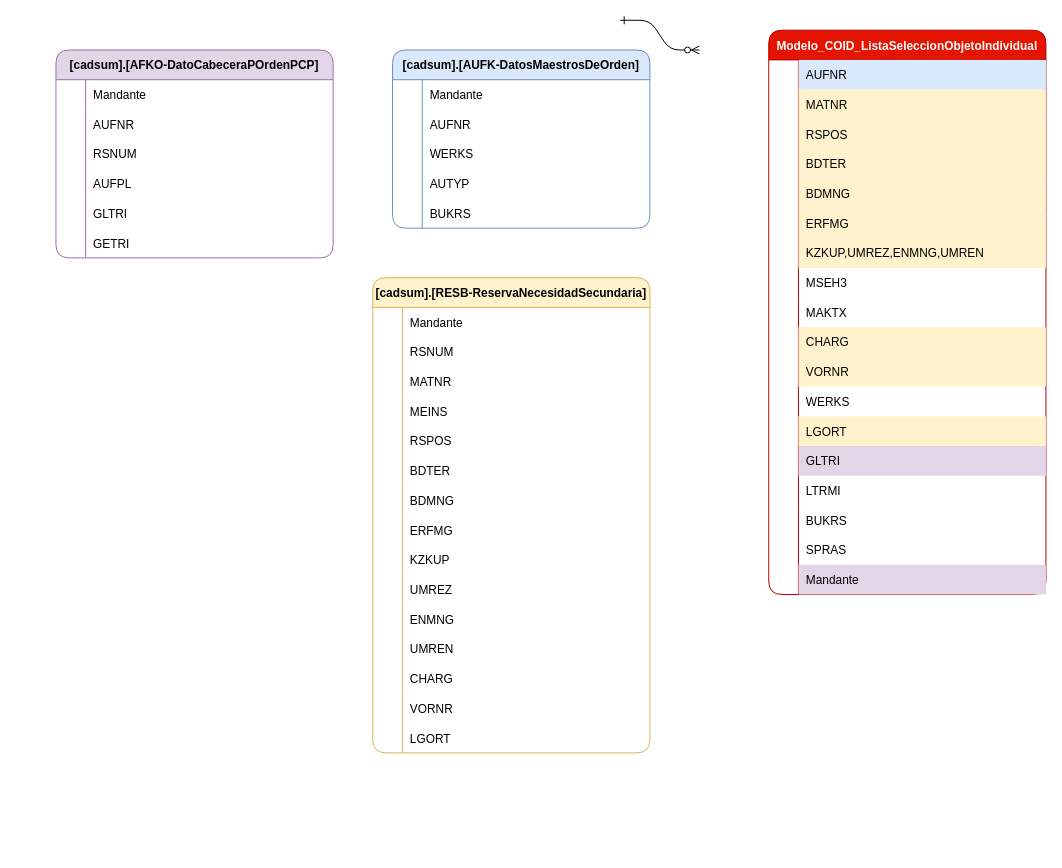
The draw.io diagram ER_COID_1.drawio in ale230131/ale230131, before the edit. Source tidied: cells renumbered, new cells numbered last; positions are measured from the earlier drawing's top-left corner, leaving out a move shared by most shapes. Both pictures are drawn from the tidied source at 99%, with x=0, y=0 at pixel (55, 20).
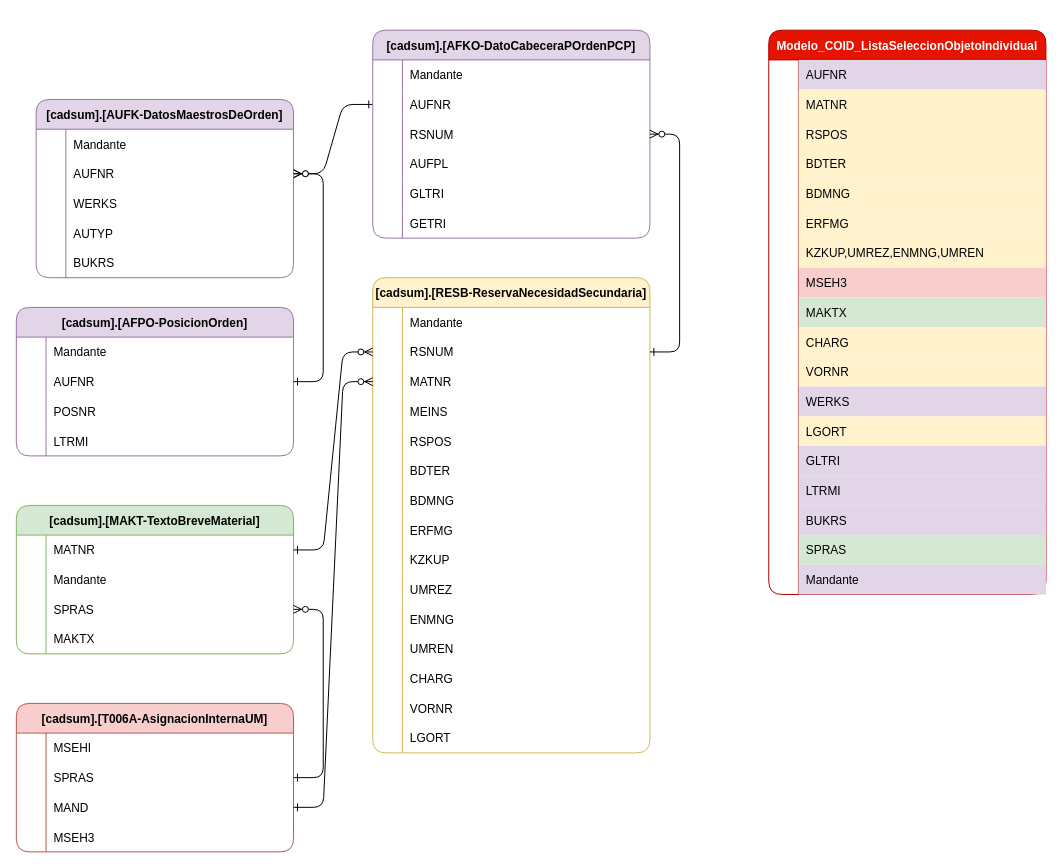
The same page after the edit.

The change refers to these unchanged cells:
```xml
<mxCell id="4" style="shape=tableRow;horizontal=0;startSize=0;swimlaneHead=0;swimlaneBody=0;fillColor=none;strokeColor=inherit;top=0;left=0;right=0;bottom=0;" parent="3" vertex="1">
  <mxGeometry y="30" width="280" height="30" as="geometry" />
</mxCell>
<mxCell id="25" style="shape=tableRow;horizontal=0;startSize=0;swimlaneHead=0;swimlaneBody=0;fillColor=none;strokeColor=inherit;top=0;left=0;right=0;bottom=0;" parent="3" vertex="1">
  <mxGeometry y="240" width="280" height="30" as="geometry" />
</mxCell>
<mxCell id="28" style="shape=tableRow;horizontal=0;startSize=0;swimlaneHead=0;swimlaneBody=0;fillColor=none;strokeColor=inherit;top=0;left=0;right=0;bottom=0;" parent="3" vertex="1">
  <mxGeometry y="270" width="280" height="30" as="geometry" />
</mxCell>
<mxCell id="37" style="shape=tableRow;horizontal=0;startSize=0;swimlaneHead=0;swimlaneBody=0;fillColor=none;strokeColor=inherit;top=0;left=0;right=0;bottom=0;" parent="3" vertex="1">
  <mxGeometry y="360" width="280" height="30" as="geometry" />
</mxCell>
<mxCell id="46" style="shape=tableRow;horizontal=0;startSize=0;swimlaneHead=0;swimlaneBody=0;fillColor=none;strokeColor=inherit;top=0;left=0;right=0;bottom=0;" parent="3" vertex="1">
  <mxGeometry y="450" width="280" height="30" as="geometry" />
</mxCell>
<mxCell id="49" style="shape=tableRow;horizontal=0;startSize=0;swimlaneHead=0;swimlaneBody=0;fillColor=none;strokeColor=inherit;top=0;left=0;right=0;bottom=0;" parent="3" vertex="1">
  <mxGeometry y="480" width="280" height="30" as="geometry" />
</mxCell>
<mxCell id="52" style="shape=tableRow;horizontal=0;startSize=0;swimlaneHead=0;swimlaneBody=0;fillColor=none;strokeColor=inherit;top=0;left=0;right=0;bottom=0;" parent="3" vertex="1">
  <mxGeometry y="510" width="280" height="30" as="geometry" />
</mxCell>
<mxCell id="62" style="shape=tableRow;horizontal=0;startSize=0;swimlaneHead=0;swimlaneBody=0;fillColor=none;points=[[0,0.5],[1,0.5]];portConstraint=eastwest;strokeColor=inherit;top=0;left=0;right=0;bottom=0;" parent="58" vertex="1">
  <mxGeometry y="60" width="260" height="30" as="geometry" />
</mxCell>
<mxCell id="78" style="shape=tableRow;horizontal=0;startSize=0;swimlaneHead=0;swimlaneBody=0;fillColor=none;points=[[0,0.5],[1,0.5]];portConstraint=eastwest;strokeColor=inherit;top=0;left=0;right=0;bottom=0;" parent="74" vertex="1">
  <mxGeometry y="60" width="280" height="30" as="geometry" />
</mxCell>
<mxCell id="81" style="shape=tableRow;horizontal=0;startSize=0;swimlaneHead=0;swimlaneBody=0;fillColor=none;points=[[0,0.5],[1,0.5]];portConstraint=eastwest;strokeColor=inherit;top=0;left=0;right=0;bottom=0;" parent="74" vertex="1">
  <mxGeometry y="90" width="280" height="30" as="geometry" />
</mxCell>
<mxCell id="124" style="shape=tableRow;horizontal=0;startSize=0;swimlaneHead=0;swimlaneBody=0;fillColor=none;points=[[0,0.5],[1,0.5]];portConstraint=eastwest;strokeColor=inherit;top=0;left=0;right=0;bottom=0;" parent="120" vertex="1">
  <mxGeometry y="60" width="280" height="30" as="geometry" />
</mxCell>
<mxCell id="127" style="shape=tableRow;horizontal=0;startSize=0;swimlaneHead=0;swimlaneBody=0;fillColor=none;points=[[0,0.5],[1,0.5]];portConstraint=eastwest;strokeColor=inherit;top=0;left=0;right=0;bottom=0;" parent="120" vertex="1">
  <mxGeometry y="90" width="280" height="30" as="geometry" />
</mxCell>
```

The edit, as a diff of the source:
```diff
@@
-    <mxCell id="2" style="edgeStyle=entityRelationEdgeStyle;endArrow=ERzeroToMany;startArrow=ERone;endFill=1;startFill=0;" parent="1" edge="1">
-      <mxGeometry relative="1" as="geometry">
-        <mxPoint x="570" as="sourcePoint" />
-        <mxPoint x="650" y="30" as="targetPoint" />
-      </mxGeometry>
+    <mxCell id="2" style="edgeStyle=entityRelationEdgeStyle;endArrow=ERzeroToMany;startArrow=ERone;endFill=1;startFill=0;exitX=0;exitY=0.5;exitDx=0;exitDy=0;entryX=1;entryY=0.5;entryDx=0;entryDy=0;" parent="1" edge="1" source="124" target="62">
+      <mxGeometry relative="1" as="geometry" />
     </mxCell>
@@
-    <mxCell id="6" value="AUFNR" style="shape=partialRectangle;overflow=hidden;fillColor=#dae8fc;align=left;strokeColor=#6c8ebf;top=0;left=0;bottom=0;right=0;spacingLeft=6;" parent="4" vertex="1">
+    <mxCell id="6" value="AUFNR" style="shape=partialRectangle;overflow=hidden;fillColor=#e1d5e7;align=left;strokeColor=#9673a6;top=0;left=0;bottom=0;right=0;spacingLeft=6;" parent="4" vertex="1">
       <mxGeometry x="30" width="250" height="30" as="geometry" />
     </mxCell>
@@
-    <mxCell id="27" value="MSEH3" style="shape=partialRectangle;overflow=hidden;fillColor=none;align=left;strokeColor=inherit;top=0;left=0;bottom=0;right=0;spacingLeft=6;" parent="25" vertex="1">
+    <mxCell id="27" value="MSEH3" style="shape=partialRectangle;overflow=hidden;fillColor=#f8cecc;align=left;strokeColor=#b85450;top=0;left=0;bottom=0;right=0;spacingLeft=6;" parent="25" vertex="1">
       <mxGeometry x="30" width="250" height="30" as="geometry" />
     </mxCell>
@@
-    <mxCell id="30" value="MAKTX" style="shape=partialRectangle;overflow=hidden;fillColor=none;align=left;strokeColor=inherit;top=0;left=0;bottom=0;right=0;spacingLeft=6;" parent="28" vertex="1">
+    <mxCell id="30" value="MAKTX" style="shape=partialRectangle;overflow=hidden;fillColor=#d5e8d4;align=left;strokeColor=#82b366;top=0;left=0;bottom=0;right=0;spacingLeft=6;" parent="28" vertex="1">
       <mxGeometry x="30" width="250" height="30" as="geometry" />
     </mxCell>
@@
-    <mxCell id="39" value="WERKS" style="shape=partialRectangle;overflow=hidden;fillColor=none;align=left;strokeColor=inherit;top=0;left=0;bottom=0;right=0;spacingLeft=6;" parent="37" vertex="1">
+    <mxCell id="39" value="WERKS" style="shape=partialRectangle;overflow=hidden;fillColor=#e1d5e7;align=left;strokeColor=#9673a6;top=0;left=0;bottom=0;right=0;spacingLeft=6;" parent="37" vertex="1">
       <mxGeometry x="30" width="250" height="30" as="geometry" />
     </mxCell>
@@
-    <mxCell id="48" value="LTRMI" style="shape=partialRectangle;overflow=hidden;fillColor=none;align=left;strokeColor=inherit;top=0;left=0;bottom=0;right=0;spacingLeft=6;" parent="46" vertex="1">
+    <mxCell id="48" value="LTRMI" style="shape=partialRectangle;overflow=hidden;fillColor=#e1d5e7;align=left;strokeColor=#9673a6;top=0;left=0;bottom=0;right=0;spacingLeft=6;" parent="46" vertex="1">
       <mxGeometry x="30" width="250" height="30" as="geometry" />
     </mxCell>
@@
-    <mxCell id="51" value="BUKRS" style="shape=partialRectangle;overflow=hidden;fillColor=none;align=left;strokeColor=inherit;top=0;left=0;bottom=0;right=0;spacingLeft=6;" parent="49" vertex="1">
+    <mxCell id="51" value="BUKRS" style="shape=partialRectangle;overflow=hidden;fillColor=#e1d5e7;align=left;strokeColor=#9673a6;top=0;left=0;bottom=0;right=0;spacingLeft=6;" parent="49" vertex="1">
       <mxGeometry x="30" width="250" height="30" as="geometry" />
     </mxCell>
@@
-    <mxCell id="54" value="SPRAS" style="shape=partialRectangle;overflow=hidden;fillColor=none;align=left;strokeColor=inherit;top=0;left=0;bottom=0;right=0;spacingLeft=6;" parent="52" vertex="1">
+    <mxCell id="54" value="SPRAS" style="shape=partialRectangle;overflow=hidden;fillColor=#d5e8d4;align=left;strokeColor=#82b366;top=0;left=0;bottom=0;right=0;spacingLeft=6;" parent="52" vertex="1">
       <mxGeometry x="30" width="250" height="30" as="geometry" />
     </mxCell>
@@
-    <mxCell id="58" value="[cadsum].[AUFK-DatosMaestrosDeOrden]" style="shape=table;startSize=30;childLayout=tableLayout;rowLines=0;fontStyle=1;align=center;rounded=1;fillColor=#dae8fc;strokeColor=#6c8ebf;" parent="1" vertex="1">
-      <mxGeometry x="340" y="30" width="260" height="180" as="geometry" />
+    <mxCell id="58" value="[cadsum].[AUFK-DatosMaestrosDeOrden]" style="shape=table;startSize=30;childLayout=tableLayout;rowLines=0;fontStyle=1;align=center;rounded=1;fillColor=#e1d5e7;strokeColor=#9673a6;" parent="1" vertex="1">
+      <mxGeometry x="-20" y="80" width="260" height="180" as="geometry" />
     </mxCell>
@@
     <mxCell id="120" value="[cadsum].[AFKO-DatoCabeceraPOrdenPCP]" style="shape=table;startSize=30;childLayout=tableLayout;rowLines=0;fontStyle=1;align=center;rounded=1;fillColor=#e1d5e7;strokeColor=#9673a6;" parent="1" vertex="1">
-      <mxGeometry y="30" width="280" height="210" as="geometry" />
+      <mxGeometry x="320" y="10" width="280" height="210" as="geometry" />
     </mxCell>
@@
+    <mxCell id="139" value="[cadsum].[AFPO-PosicionOrden]" style="shape=table;startSize=30;childLayout=tableLayout;rowLines=0;fontStyle=1;align=center;rounded=1;fillColor=#e1d5e7;strokeColor=#9673a6;" parent="1" vertex="1">
+      <mxGeometry x="-40" y="290" width="280" height="150" as="geometry" />
+    </mxCell>
+    <mxCell id="140" style="shape=tableRow;horizontal=0;startSize=0;swimlaneHead=0;swimlaneBody=0;fillColor=none;strokeColor=inherit;top=0;left=0;right=0;bottom=0;" parent="139" vertex="1">
+      <mxGeometry y="30" width="280" height="30" as="geometry" />
+    </mxCell>
+    <mxCell id="141" style="shape=partialRectangle;overflow=hidden;fillColor=none;strokeColor=inherit;top=0;left=0;bottom=0;right=0;" parent="140" vertex="1">
+      <mxGeometry width="30" height="30" as="geometry" />
+    </mxCell>
+    <mxCell id="142" value="Mandante" style="shape=partialRectangle;overflow=hidden;fillColor=none;align=left;strokeColor=inherit;top=0;left=0;bottom=0;right=0;spacingLeft=6;" parent="140" vertex="1">
+      <mxGeometry x="30" width="250" height="30" as="geometry" />
+    </mxCell>
+    <mxCell id="143" style="shape=tableRow;horizontal=0;startSize=0;swimlaneHead=0;swimlaneBody=0;fillColor=none;points=[[0,0.5],[1,0.5]];portConstraint=eastwest;strokeColor=inherit;top=0;left=0;right=0;bottom=0;" parent="139" vertex="1">
+      <mxGeometry y="60" width="280" height="30" as="geometry" />
+    </mxCell>
+    <mxCell id="144" style="shape=partialRectangle;overflow=hidden;fillColor=none;strokeColor=inherit;top=0;left=0;bottom=0;right=0;" parent="143" vertex="1">
+      <mxGeometry width="30" height="30" as="geometry" />
+    </mxCell>
+    <mxCell id="145" value="AUFNR" style="shape=partialRectangle;overflow=hidden;fillColor=none;align=left;strokeColor=inherit;top=0;left=0;bottom=0;right=0;spacingLeft=6;" parent="143" vertex="1">
+      <mxGeometry x="30" width="250" height="30" as="geometry" />
+    </mxCell>
+    <mxCell id="146" style="shape=tableRow;horizontal=0;startSize=0;swimlaneHead=0;swimlaneBody=0;fillColor=none;strokeColor=inherit;top=0;left=0;right=0;bottom=0;" parent="139" vertex="1">
+      <mxGeometry y="90" width="280" height="30" as="geometry" />
+    </mxCell>
+    <mxCell id="147" style="shape=partialRectangle;overflow=hidden;fillColor=none;strokeColor=inherit;top=0;left=0;bottom=0;right=0;" parent="146" vertex="1">
+      <mxGeometry width="30" height="30" as="geometry" />
+    </mxCell>
+    <mxCell id="148" value="POSNR" style="shape=partialRectangle;overflow=hidden;fillColor=none;align=left;strokeColor=inherit;top=0;left=0;bottom=0;right=0;spacingLeft=6;" parent="146" vertex="1">
+      <mxGeometry x="30" width="250" height="30" as="geometry" />
+    </mxCell>
+    <mxCell id="149" style="shape=tableRow;horizontal=0;startSize=0;swimlaneHead=0;swimlaneBody=0;fillColor=none;strokeColor=inherit;top=0;left=0;right=0;bottom=0;" parent="139" vertex="1">
+      <mxGeometry y="120" width="280" height="30" as="geometry" />
+    </mxCell>
+    <mxCell id="150" style="shape=partialRectangle;overflow=hidden;fillColor=none;strokeColor=inherit;top=0;left=0;bottom=0;right=0;" parent="149" vertex="1">
+      <mxGeometry width="30" height="30" as="geometry" />
+    </mxCell>
+    <mxCell id="151" value="LTRMI" style="shape=partialRectangle;overflow=hidden;fillColor=none;align=left;strokeColor=inherit;top=0;left=0;bottom=0;right=0;spacingLeft=6;" parent="149" vertex="1">
+      <mxGeometry x="30" width="250" height="30" as="geometry" />
+    </mxCell>
+    <mxCell id="152" style="edgeStyle=entityRelationEdgeStyle;endArrow=ERzeroToMany;startArrow=ERone;endFill=1;startFill=0;exitX=1;exitY=0.5;exitDx=0;exitDy=0;entryX=1;entryY=0.5;entryDx=0;entryDy=0;" parent="1" edge="1" source="143" target="62">
+      <mxGeometry relative="1" as="geometry" />
+    </mxCell>
+    <mxCell id="153" value="[cadsum].[MAKT-TextoBreveMaterial]" style="shape=table;startSize=30;childLayout=tableLayout;rowLines=0;fontStyle=1;align=center;rounded=1;fillColor=#d5e8d4;strokeColor=#82b366;" parent="1" vertex="1">
+      <mxGeometry x="-40" y="490" width="280" height="150" as="geometry" />
+    </mxCell>
+    <mxCell id="154" style="shape=tableRow;horizontal=0;startSize=0;swimlaneHead=0;swimlaneBody=0;fillColor=none;points=[[0,0.5],[1,0.5]];portConstraint=eastwest;strokeColor=inherit;top=0;left=0;right=0;bottom=0;rounded=1;" parent="153" vertex="1">
+      <mxGeometry y="30" width="280" height="30" as="geometry" />
+    </mxCell>
+    <mxCell id="155" style="shape=partialRectangle;overflow=hidden;fillColor=none;strokeColor=inherit;top=0;left=0;bottom=0;right=0;" parent="154" vertex="1">
+      <mxGeometry width="30" height="30" as="geometry" />
+    </mxCell>
+    <mxCell id="156" value="MATNR" style="shape=partialRectangle;overflow=hidden;fillColor=none;align=left;strokeColor=inherit;top=0;left=0;bottom=0;right=0;spacingLeft=6;" parent="154" vertex="1">
+      <mxGeometry x="30" width="250" height="30" as="geometry" />
+    </mxCell>
+    <mxCell id="157" style="shape=tableRow;horizontal=0;startSize=0;swimlaneHead=0;swimlaneBody=0;fillColor=none;strokeColor=inherit;top=0;left=0;right=0;bottom=0;" parent="153" vertex="1">
+      <mxGeometry y="60" width="280" height="30" as="geometry" />
+    </mxCell>
+    <mxCell id="158" style="shape=partialRectangle;overflow=hidden;fillColor=none;strokeColor=inherit;top=0;left=0;bottom=0;right=0;" parent="157" vertex="1">
+      <mxGeometry width="30" height="30" as="geometry" />
+    </mxCell>
+    <mxCell id="159" value="Mandante" style="shape=partialRectangle;overflow=hidden;fillColor=none;align=left;strokeColor=inherit;top=0;left=0;bottom=0;right=0;spacingLeft=6;" parent="157" vertex="1">
+      <mxGeometry x="30" width="250" height="30" as="geometry" />
+    </mxCell>
+    <mxCell id="160" style="shape=tableRow;horizontal=0;startSize=0;swimlaneHead=0;swimlaneBody=0;fillColor=none;points=[[0,0.5],[1,0.5]];portConstraint=eastwest;strokeColor=inherit;top=0;left=0;right=0;bottom=0;" parent="153" vertex="1">
+      <mxGeometry y="90" width="280" height="30" as="geometry" />
+    </mxCell>
+    <mxCell id="161" style="shape=partialRectangle;overflow=hidden;fillColor=none;strokeColor=inherit;top=0;left=0;bottom=0;right=0;" parent="160" vertex="1">
+      <mxGeometry width="30" height="30" as="geometry" />
+    </mxCell>
+    <mxCell id="162" value="SPRAS" style="shape=partialRectangle;overflow=hidden;fillColor=none;align=left;strokeColor=inherit;top=0;left=0;bottom=0;right=0;spacingLeft=6;" parent="160" vertex="1">
+      <mxGeometry x="30" width="250" height="30" as="geometry" />
+    </mxCell>
+    <mxCell id="163" style="shape=tableRow;horizontal=0;startSize=0;swimlaneHead=0;swimlaneBody=0;fillColor=none;strokeColor=inherit;top=0;left=0;right=0;bottom=0;" parent="153" vertex="1">
+      <mxGeometry y="120" width="280" height="30" as="geometry" />
+    </mxCell>
+    <mxCell id="164" style="shape=partialRectangle;overflow=hidden;fillColor=none;strokeColor=inherit;top=0;left=0;bottom=0;right=0;" parent="163" vertex="1">
+      <mxGeometry width="30" height="30" as="geometry" />
+    </mxCell>
+    <mxCell id="165" value="MAKTX" style="shape=partialRectangle;overflow=hidden;fillColor=none;align=left;strokeColor=inherit;top=0;left=0;bottom=0;right=0;spacingLeft=6;" parent="163" vertex="1">
+      <mxGeometry x="30" width="250" height="30" as="geometry" />
+    </mxCell>
+    <mxCell id="166" style="edgeStyle=entityRelationEdgeStyle;endArrow=ERzeroToMany;startArrow=ERone;endFill=1;startFill=0;exitX=1;exitY=0.5;exitDx=0;exitDy=0;entryX=0;entryY=0.5;entryDx=0;entryDy=0;" parent="1" edge="1" source="154" target="78">
+      <mxGeometry relative="1" as="geometry" />
+    </mxCell>
+    <mxCell id="167" style="edgeStyle=entityRelationEdgeStyle;endArrow=ERzeroToMany;startArrow=ERone;endFill=1;startFill=0;exitX=1;exitY=0.5;exitDx=0;exitDy=0;" parent="1" edge="1" source="78" target="127">
+      <mxGeometry relative="1" as="geometry" />
+    </mxCell>
+    <mxCell id="168" value="[cadsum].[T006A-AsignacionInternaUM]" style="shape=table;startSize=30;childLayout=tableLayout;rowLines=0;fontStyle=1;align=center;rounded=1;fillColor=#f8cecc;strokeColor=#b85450;" parent="1" vertex="1">
+      <mxGeometry x="-40" y="690" width="280" height="150" as="geometry" />
+    </mxCell>
+    <mxCell id="169" style="shape=tableRow;horizontal=0;startSize=0;swimlaneHead=0;swimlaneBody=0;fillColor=none;strokeColor=inherit;top=0;left=0;right=0;bottom=0;" parent="168" vertex="1">
+      <mxGeometry y="30" width="280" height="30" as="geometry" />
+    </mxCell>
+    <mxCell id="170" style="shape=partialRectangle;overflow=hidden;fillColor=none;strokeColor=inherit;top=0;left=0;bottom=0;right=0;" parent="169" vertex="1">
+      <mxGeometry width="30" height="30" as="geometry" />
+    </mxCell>
+    <mxCell id="171" value="MSEHI" style="shape=partialRectangle;overflow=hidden;fillColor=none;align=left;strokeColor=inherit;top=0;left=0;bottom=0;right=0;spacingLeft=6;" parent="169" vertex="1">
+      <mxGeometry x="30" width="250" height="30" as="geometry" />
+    </mxCell>
+    <mxCell id="172" style="shape=tableRow;horizontal=0;startSize=0;swimlaneHead=0;swimlaneBody=0;fillColor=none;points=[[0,0.5],[1,0.5]];portConstraint=eastwest;strokeColor=inherit;top=0;left=0;right=0;bottom=0;" parent="168" vertex="1">
+      <mxGeometry y="60" width="280" height="30" as="geometry" />
+    </mxCell>
+    <mxCell id="173" style="shape=partialRectangle;overflow=hidden;fillColor=none;strokeColor=inherit;top=0;left=0;bottom=0;right=0;" parent="172" vertex="1">
+      <mxGeometry width="30" height="30" as="geometry" />
+    </mxCell>
+    <mxCell id="174" value="SPRAS" style="shape=partialRectangle;overflow=hidden;fillColor=none;align=left;strokeColor=inherit;top=0;left=0;bottom=0;right=0;spacingLeft=6;" parent="172" vertex="1">
+      <mxGeometry x="30" width="250" height="30" as="geometry" />
+    </mxCell>
+    <mxCell id="175" style="shape=tableRow;horizontal=0;startSize=0;swimlaneHead=0;swimlaneBody=0;fillColor=none;points=[[0,0.5],[1,0.5]];portConstraint=eastwest;strokeColor=inherit;top=0;left=0;right=0;bottom=0;" parent="168" vertex="1">
+      <mxGeometry y="90" width="280" height="30" as="geometry" />
+    </mxCell>
+    <mxCell id="176" style="shape=partialRectangle;overflow=hidden;fillColor=none;strokeColor=inherit;top=0;left=0;bottom=0;right=0;" parent="175" vertex="1">
+      <mxGeometry width="30" height="30" as="geometry" />
+    </mxCell>
+    <mxCell id="177" value="MAND" style="shape=partialRectangle;overflow=hidden;fillColor=none;align=left;strokeColor=inherit;top=0;left=0;bottom=0;right=0;spacingLeft=6;" parent="175" vertex="1">
+      <mxGeometry x="30" width="250" height="30" as="geometry" />
+    </mxCell>
+    <mxCell id="178" style="shape=tableRow;horizontal=0;startSize=0;swimlaneHead=0;swimlaneBody=0;fillColor=none;strokeColor=inherit;top=0;left=0;right=0;bottom=0;" parent="168" vertex="1">
+      <mxGeometry y="120" width="280" height="30" as="geometry" />
+    </mxCell>
+    <mxCell id="179" style="shape=partialRectangle;overflow=hidden;fillColor=none;strokeColor=inherit;top=0;left=0;bottom=0;right=0;" parent="178" vertex="1">
+      <mxGeometry width="30" height="30" as="geometry" />
+    </mxCell>
+    <mxCell id="180" value="MSEH3" style="shape=partialRectangle;overflow=hidden;fillColor=none;align=left;strokeColor=inherit;top=0;left=0;bottom=0;right=0;spacingLeft=6;" parent="178" vertex="1">
+      <mxGeometry x="30" width="250" height="30" as="geometry" />
+    </mxCell>
+    <mxCell id="181" style="edgeStyle=entityRelationEdgeStyle;endArrow=ERzeroToMany;startArrow=ERone;endFill=1;startFill=0;exitX=1;exitY=0.5;exitDx=0;exitDy=0;entryX=0;entryY=0.5;entryDx=0;entryDy=0;" parent="1" edge="1" source="175" target="81">
+      <mxGeometry relative="1" as="geometry" />
+    </mxCell>
+    <mxCell id="182" style="edgeStyle=entityRelationEdgeStyle;endArrow=ERzeroToMany;startArrow=ERone;endFill=1;startFill=0;exitX=1;exitY=0.5;exitDx=0;exitDy=0;entryX=1;entryY=0.5;entryDx=0;entryDy=0;" parent="1" edge="1" source="172" target="160">
+      <mxGeometry relative="1" as="geometry" />
+    </mxCell>
```
